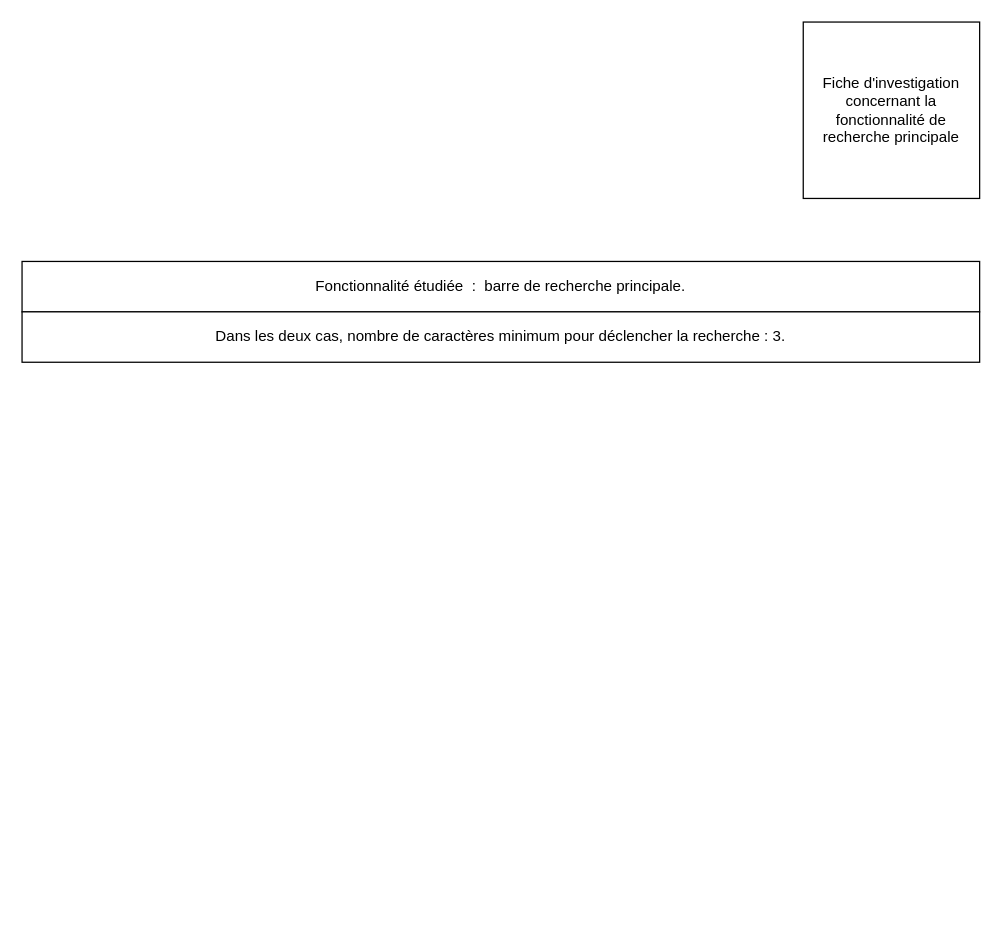
Earlier version of the draw.io diagram page "Page-3" (3 of 3) of LesPetitsPlats_Algos.drawio (Adv13/LesPetitsPlats-Website). Source tidied: cells renumbered, new cells numbered last; positions are measured from the earlier drawing's top-left corner, leaving out a move shared by most shapes. Both pictures are drawn from the tidied source at 126%, with x=0, y=0 at pixel (21, 21).
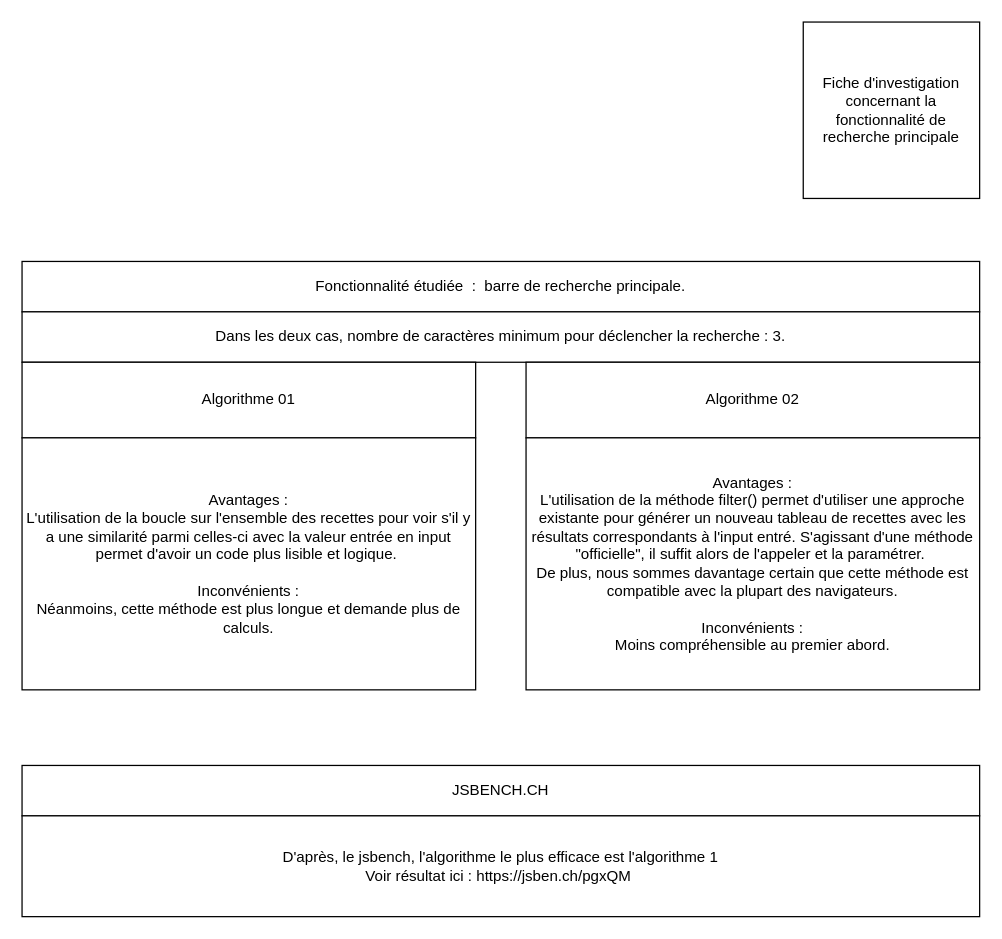
Above is the later version.

Change to the diagram source:
```diff
@@
 <mxGraphModel>
   <root>
     <mxCell id="0" />
     <mxCell id="1" parent="0" />
     <mxCell id="2" value="Fiche d'investigation concernant la fonctionnalité de recherche principale" style="whiteSpace=wrap;html=1;" parent="1" vertex="1">
       <mxGeometry x="620" width="140" height="140" as="geometry" />
     </mxCell>
     <mxCell id="3" value="Fonctionnalité étudiée&amp;nbsp; :&amp;nbsp; barre de recherche principale." style="rounded=0;whiteSpace=wrap;html=1;" parent="1" vertex="1">
       <mxGeometry y="190" width="760" height="40" as="geometry" />
     </mxCell>
     <mxCell id="4" value="Dans les deux cas, nombre de caractères minimum pour déclencher la recherche : 3." style="rounded=0;whiteSpace=wrap;html=1;" parent="1" vertex="1">
       <mxGeometry y="230" width="760" height="40" as="geometry" />
     </mxCell>
+    <mxCell id="5" value="Algorithme 01" style="rounded=0;whiteSpace=wrap;html=1;" parent="1" vertex="1">
+      <mxGeometry y="270" width="360" height="60" as="geometry" />
+    </mxCell>
+    <mxCell id="6" value="&lt;span&gt;Algorithme 02&lt;/span&gt;" style="rounded=0;whiteSpace=wrap;html=1;" parent="1" vertex="1">
+      <mxGeometry x="400" y="270" width="360" height="60" as="geometry" />
+    </mxCell>
+    <mxCell id="7" value="Avantages :&lt;br&gt;L'utilisation de la boucle sur l'ensemble des recettes pour voir s'il y a une similarité parmi celles-ci avec la valeur entrée en input permet d'avoir un code plus lisible et logique.&amp;nbsp;&lt;br&gt;&lt;br&gt;Inconvénients :&lt;br&gt;Néanmoins, cette méthode est plus longue et demande plus de calculs." style="rounded=0;whiteSpace=wrap;html=1;" parent="1" vertex="1">
+      <mxGeometry y="330" width="360" height="200" as="geometry" />
+    </mxCell>
+    <mxCell id="8" value="Avantages :&lt;br&gt;L'utilisation de la méthode filter() permet d'utiliser une approche existante pour générer un nouveau tableau de recettes avec les résultats correspondants à l'input entré. S'agissant d'une méthode &quot;officielle&quot;, il suffit alors de l'appeler et la paramétrer.&amp;nbsp;&lt;br&gt;De plus, nous sommes davantage certain que cette méthode est compatible avec la plupart des navigateurs.&lt;br&gt;&lt;br&gt;Inconvénients :&lt;br&gt;Moins compréhensible au premier abord." style="rounded=0;whiteSpace=wrap;html=1;" parent="1" vertex="1">
+      <mxGeometry x="400" y="330" width="360" height="200" as="geometry" />
+    </mxCell>
+    <mxCell id="9" value="JSBENCH.CH" style="rounded=0;whiteSpace=wrap;html=1;" parent="1" vertex="1">
+      <mxGeometry y="590" width="760" height="40" as="geometry" />
+    </mxCell>
+    <mxCell id="10" value="D'après, le jsbench, l'algorithme le plus efficace est l'algorithme 1&lt;br&gt;Voir résultat ici :&amp;nbsp;https://jsben.ch/pgxQM&amp;nbsp;" style="rounded=0;whiteSpace=wrap;html=1;" parent="1" vertex="1">
+      <mxGeometry y="630" width="760" height="80" as="geometry" />
+    </mxCell>
   </root>
 </mxGraphModel>
```
